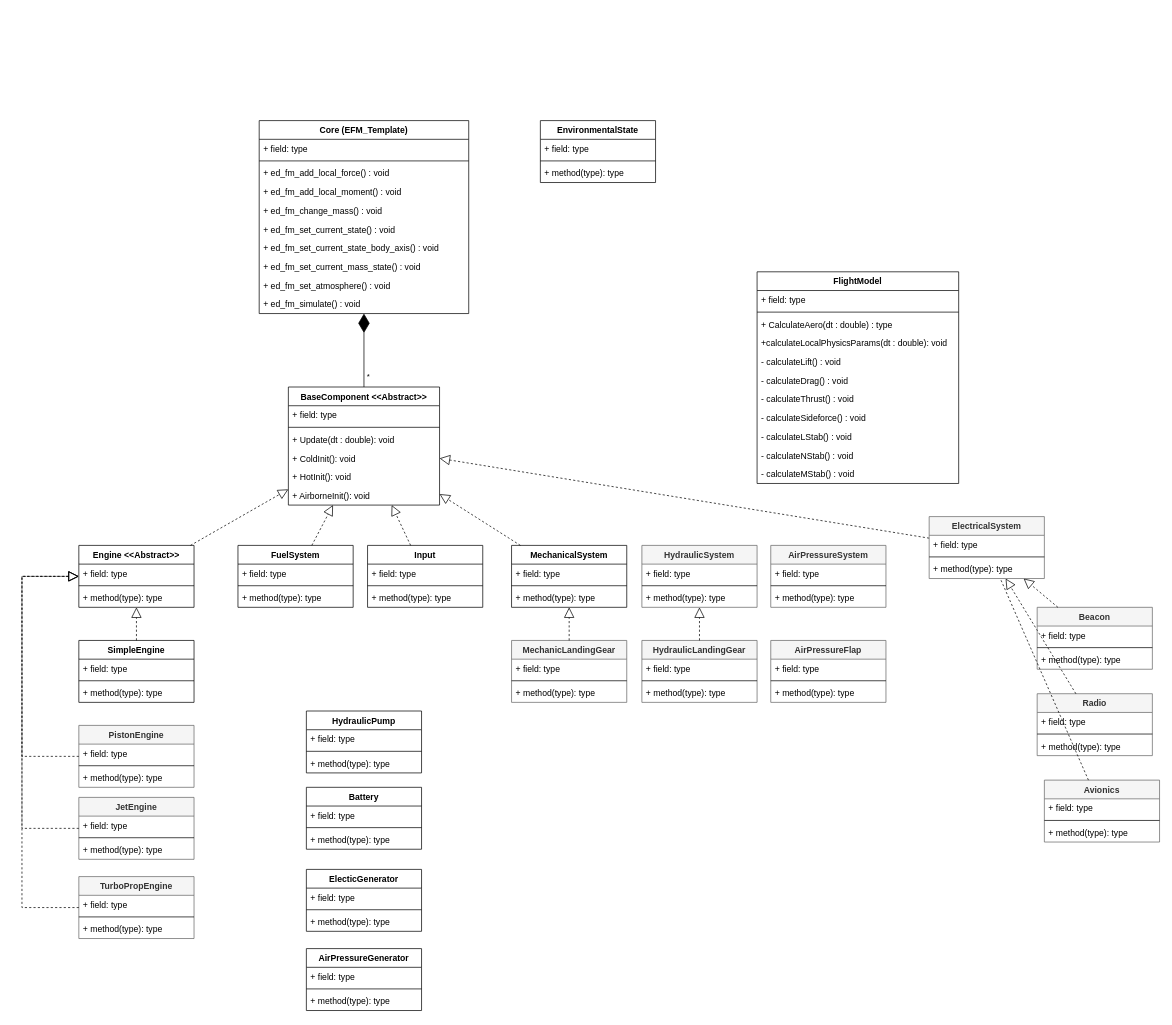
Before: Untitled Diagram.drawio in Copprhead/F4F-Community, a draw.io diagram. Source tidied: cells renumbered, new cells numbered last; positions are measured from the earlier drawing's top-left corner, leaving out a move shared by most shapes. Both pictures are drawn from the tidied source at 72%, with x=0, y=0 at pixel (22, 120).
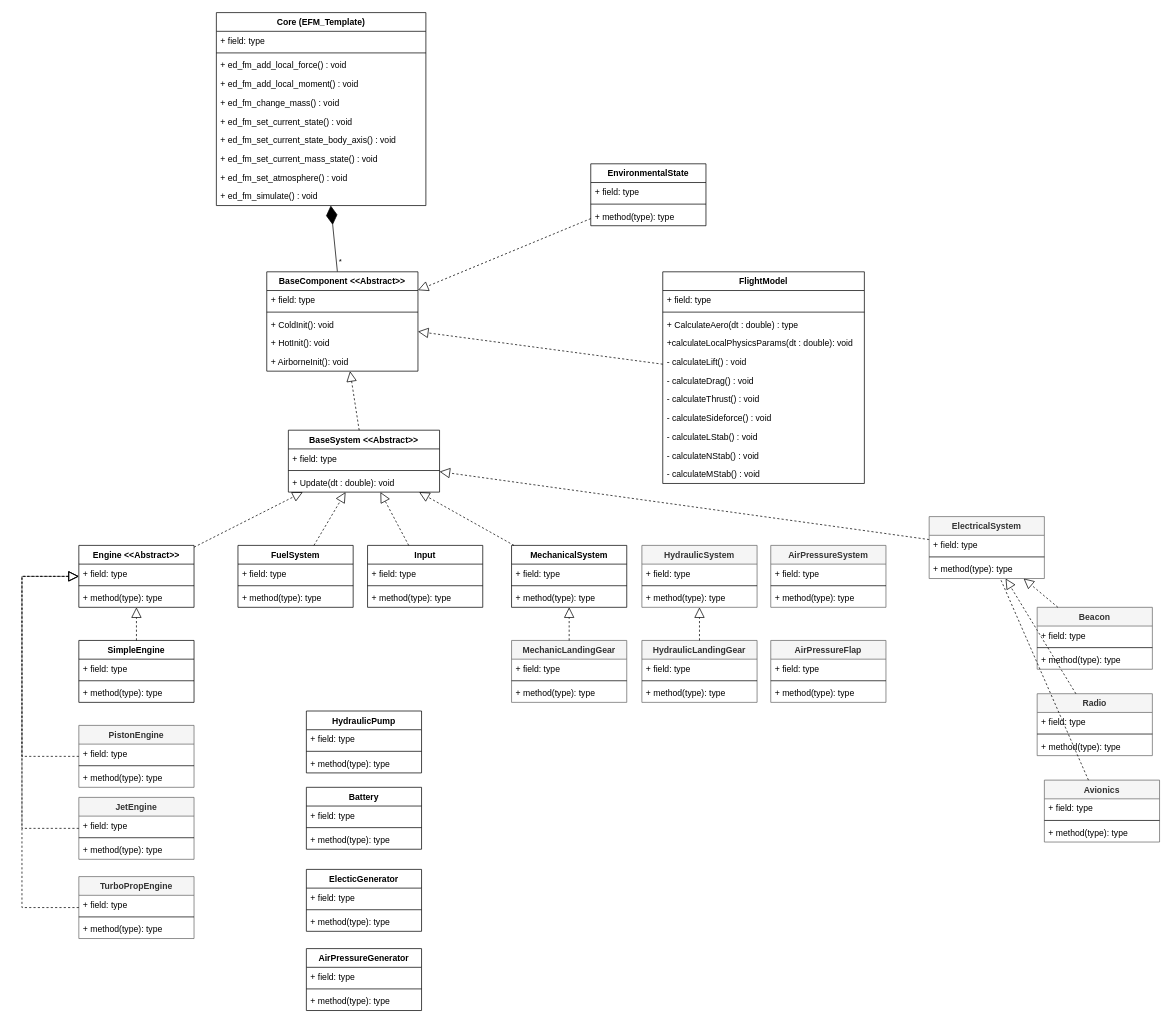
The same page after the edit.

Change to the diagram source:
```diff
@@
     <mxCell id="14" value="Core (EFM_Template)" style="swimlane;fontStyle=1;align=center;verticalAlign=top;horizontal=1;startSize=26;" parent="1" vertex="1">
-      <mxGeometry x="329.5" width="291" height="268" as="geometry" />
+      <mxGeometry x="270" y="-150" width="291" height="268" as="geometry" />
     </mxCell>
@@
     <mxCell id="25" value="EnvironmentalState" style="swimlane;fontStyle=1;align=center;verticalAlign=top;horizontal=1;startSize=26;" parent="1" vertex="1">
-      <mxGeometry x="720" width="160" height="86" as="geometry" />
+      <mxGeometry x="790" y="60" width="160" height="86" as="geometry" />
     </mxCell>
@@
-    <mxCell id="37" value="BaseComponent &lt;&lt;Abstract&gt;&gt;" style="swimlane;fontStyle=1;align=center;verticalAlign=top;horizontal=1;startSize=26;" parent="1" vertex="1">
-      <mxGeometry x="370" y="370" width="210" height="164" as="geometry" />
+    <mxCell id="37" value="BaseSystem &lt;&lt;Abstract&gt;&gt;" style="swimlane;fontStyle=1;align=center;verticalAlign=top;horizontal=1;startSize=26;" parent="1" vertex="1">
+      <mxGeometry x="370" y="430" width="210" height="86" as="geometry" />
     </mxCell>
@@
-    <mxCell id="41" value="+ ColdInit(): void" style="text;strokeColor=none;fillColor=none;align=left;verticalAlign=top;spacingLeft=4;spacingRight=4;overflow=hidden;" parent="37" vertex="1">
-      <mxGeometry y="86" width="210" height="26" as="geometry" />
-    </mxCell>
-    <mxCell id="42" value="+ HotInit(): void" style="text;strokeColor=none;fillColor=none;align=left;verticalAlign=top;spacingLeft=4;spacingRight=4;overflow=hidden;" parent="37" vertex="1">
-      <mxGeometry y="112" width="210" height="26" as="geometry" />
-    </mxCell>
-    <mxCell id="43" value="+ AirborneInit(): void" style="text;strokeColor=none;fillColor=none;align=left;verticalAlign=top;spacingLeft=4;spacingRight=4;overflow=hidden;" parent="37" vertex="1">
-      <mxGeometry y="138" width="210" height="26" as="geometry" />
-    </mxCell>
@@
     <mxCell id="79" value="FlightModel" style="swimlane;fontStyle=1;align=center;verticalAlign=top;horizontal=1;startSize=26;" parent="1" vertex="1">
-      <mxGeometry x="1021" y="210" width="280" height="294" as="geometry" />
+      <mxGeometry x="890" y="210" width="280" height="294" as="geometry" />
     </mxCell>
@@
-    <mxCell id="95" style="endArrow=diamondThin;endFill=1;endSize=24;html=1;rounded=0;" parent="1" edge="1" source="37" target="14">
+    <mxCell id="95" style="endArrow=diamondThin;endFill=1;endSize=24;html=1;rounded=0;" parent="1" edge="1" source="136" target="14">
       <mxGeometry relative="1" as="geometry" />
     </mxCell>
@@
+    <mxCell id="136" value="BaseComponent &lt;&lt;Abstract&gt;&gt;" style="swimlane;fontStyle=1;align=center;verticalAlign=top;horizontal=1;startSize=26;" parent="1" vertex="1">
+      <mxGeometry x="340" y="210" width="210" height="138" as="geometry" />
+    </mxCell>
+    <mxCell id="137" value="+ field: type" style="text;strokeColor=none;fillColor=none;align=left;verticalAlign=top;spacingLeft=4;spacingRight=4;overflow=hidden;" parent="136" vertex="1">
+      <mxGeometry y="26" width="210" height="26" as="geometry" />
+    </mxCell>
+    <mxCell id="138" style="line;strokeWidth=1;fillColor=none;align=left;verticalAlign=middle;spacingTop=-1;spacingLeft=3;spacingRight=3;labelPosition=right;" parent="136" vertex="1">
+      <mxGeometry y="52" width="210" height="8" as="geometry" />
+    </mxCell>
+    <mxCell id="41" value="+ ColdInit(): void" style="text;strokeColor=none;fillColor=none;align=left;verticalAlign=top;spacingLeft=4;spacingRight=4;overflow=hidden;" parent="136" vertex="1">
+      <mxGeometry y="60" width="210" height="26" as="geometry" />
+    </mxCell>
+    <mxCell id="42" value="+ HotInit(): void" style="text;strokeColor=none;fillColor=none;align=left;verticalAlign=top;spacingLeft=4;spacingRight=4;overflow=hidden;" parent="136" vertex="1">
+      <mxGeometry y="86" width="210" height="26" as="geometry" />
+    </mxCell>
+    <mxCell id="43" value="+ AirborneInit(): void" style="text;strokeColor=none;fillColor=none;align=left;verticalAlign=top;spacingLeft=4;spacingRight=4;overflow=hidden;" parent="136" vertex="1">
+      <mxGeometry y="112" width="210" height="26" as="geometry" />
+    </mxCell>
+    <mxCell id="139" style="endArrow=block;dashed=1;endFill=0;endSize=12;html=1;rounded=0;" parent="1" edge="1" source="37" target="136">
+      <mxGeometry relative="1" as="geometry" />
+    </mxCell>
+    <mxCell id="140" style="endArrow=block;dashed=1;endFill=0;endSize=12;html=1;rounded=0;" parent="1" edge="1" source="25" target="136">
+      <mxGeometry relative="1" as="geometry" />
+    </mxCell>
+    <mxCell id="141" style="endArrow=block;dashed=1;endFill=0;endSize=12;html=1;rounded=0;" parent="1" edge="1" source="79" target="136">
+      <mxGeometry relative="1" as="geometry" />
+    </mxCell>
```
